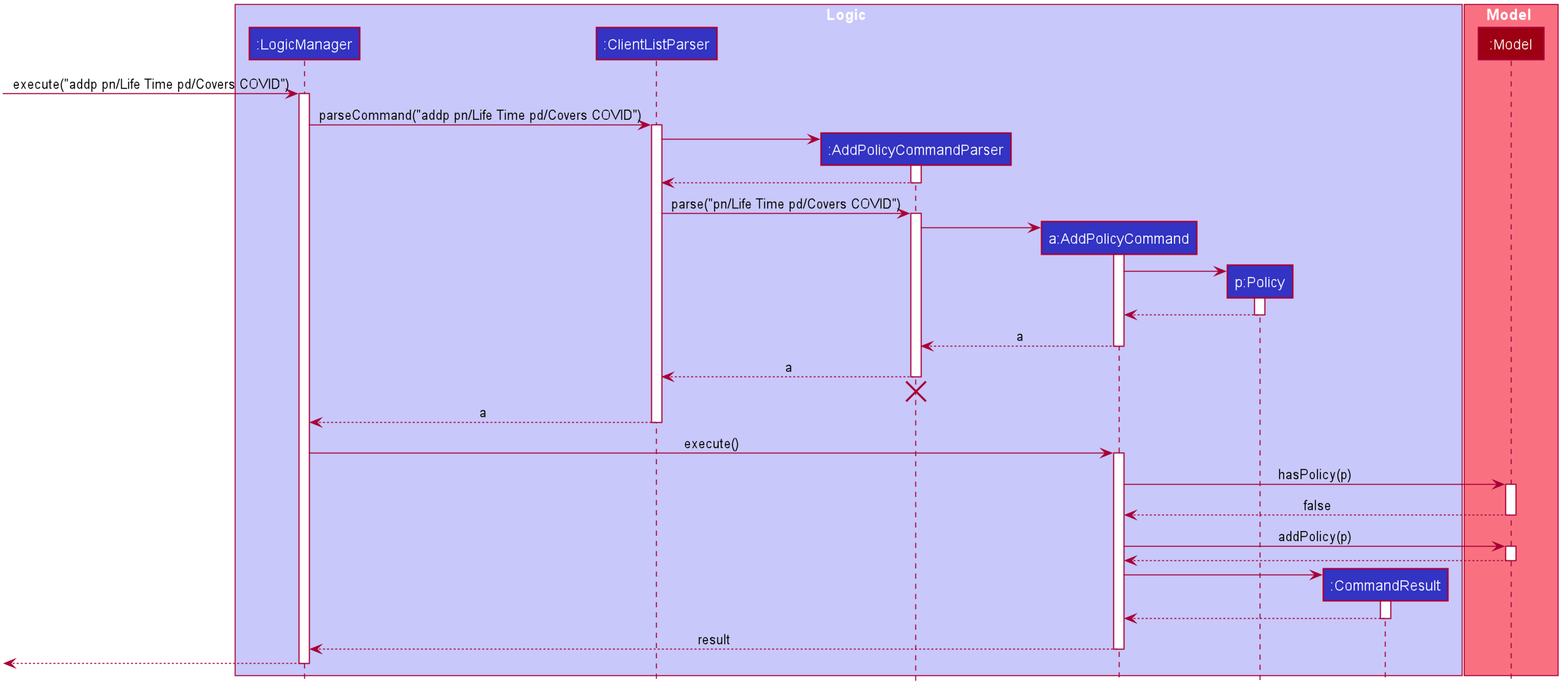
Above: docs/images/AddPolicySequenceDiagram.png in nus-cs2103-AY2021S1/tp (PlantUML), before the change. Its diagram source:
```plantuml
@startuml








skinparam BackgroundColor #FFFFFFF

skinparam Shadowing false

skinparam Class {
    FontColor #FFFFFF
    BorderThickness 1
    BorderColor #FFFFFF
    StereotypeFontColor #FFFFFF
    FontName Arial
}

skinparam Actor {
    BorderColor #000000
    Color #000000
    FontName Arial
}

skinparam Sequence {
    MessageAlign center
    BoxFontSize 15
    BoxPadding 0
    BoxFontColor #FFFFFF
    FontName Arial
}

skinparam Participant {
    FontColor #FFFFFFF
    Padding 20
}

skinparam MinClassWidth 50
skinparam ParticipantPadding 10
skinparam Shadowing false
skinparam DefaultTextAlignment center
skinparam packageStyle Rectangle

hide footbox
hide members
hide circle

box Logic #C8C8FA
participant ":LogicManager" as LogicManager #3333C4
participant ":ClientListParser" as ClientListParser #3333C4
participant ":AddPolicyCommandParser" as AddPolicyCommandParser #3333C4
participant "a:AddPolicyCommand" as AddPolicyCommand #3333C4
participant "p:Policy" as Policy #3333C4
participant ":CommandResult" as CommandResult #3333C4

end box

box Model #F97181
participant ":Model" as Model #9D0012
end box

[-> LogicManager : execute("addp pn/Life Time pd/Covers COVID")
activate LogicManager

LogicManager -> ClientListParser : parseCommand("addp pn/Life Time pd/Covers COVID")
activate ClientListParser

create AddPolicyCommandParser
ClientListParser -> AddPolicyCommandParser
activate AddPolicyCommandParser

AddPolicyCommandParser --> ClientListParser
deactivate AddPolicyCommandParser


ClientListParser -> AddPolicyCommandParser : parse("pn/Life Time pd/Covers COVID")
activate AddPolicyCommandParser

create AddPolicyCommand
AddPolicyCommandParser -> AddPolicyCommand
activate AddPolicyCommand

create Policy
AddPolicyCommand -> Policy
activate Policy

Policy --> AddPolicyCommand
deactivate Policy

AddPolicyCommand --> AddPolicyCommandParser : a
deactivate AddPolicyCommand

AddPolicyCommandParser --> ClientListParser : a
deactivate AddPolicyCommandParser
AddPolicyCommandParser -[hidden]-> ClientListParser
destroy AddPolicyCommandParser

ClientListParser --> LogicManager : a
deactivate ClientListParser

LogicManager -> AddPolicyCommand : execute()
activate AddPolicyCommand

AddPolicyCommand -> Model : hasPolicy(p)
activate Model

Model --> AddPolicyCommand : false
deactivate Model

AddPolicyCommand -> Model : addPolicy(p)
activate Model

Model --> AddPolicyCommand
deactivate Model

create CommandResult
AddPolicyCommand -> CommandResult
activate CommandResult

CommandResult --> AddPolicyCommand
deactivate CommandResult

AddPolicyCommand --> LogicManager : result
deactivate AddPolicyCommand

[<--LogicManager
deactivate LogicManager
@enduml
```
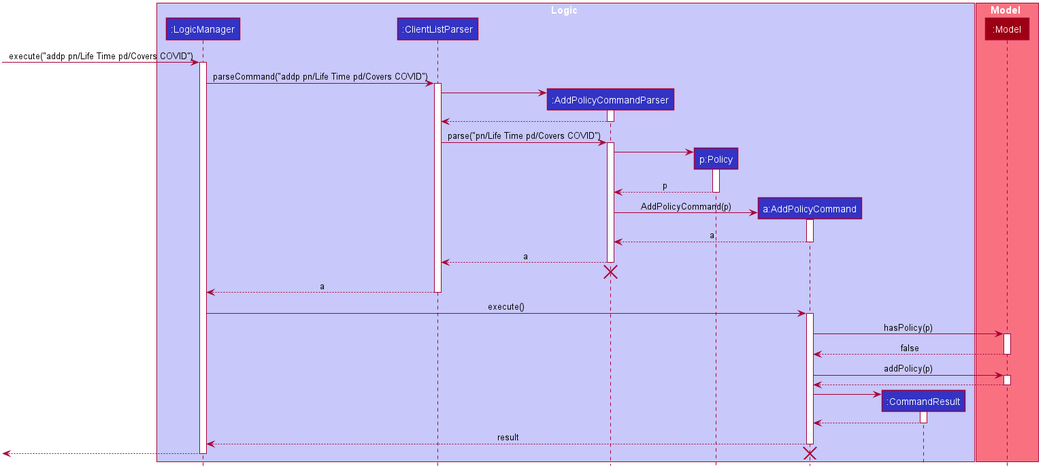
Above is the later version.

Change to the diagram source:
```diff
@@ -52,8 +52,8 @@
 participant ":LogicManager" as LogicManager #3333C4
 participant ":ClientListParser" as ClientListParser #3333C4
 participant ":AddPolicyCommandParser" as AddPolicyCommandParser #3333C4
+participant "p:Policy" as Policy #3333C4
 participant "a:AddPolicyCommand" as AddPolicyCommand #3333C4
-participant "p:Policy" as Policy #3333C4
 participant ":CommandResult" as CommandResult #3333C4
 
 end box
@@ -79,16 +79,16 @@
 ClientListParser -> AddPolicyCommandParser : parse("pn/Life Time pd/Covers COVID")
 activate AddPolicyCommandParser
 
-create AddPolicyCommand
-AddPolicyCommandParser -> AddPolicyCommand
-activate AddPolicyCommand
-
 create Policy
-AddPolicyCommand -> Policy
+AddPolicyCommandParser -> Policy
 activate Policy
 
-Policy --> AddPolicyCommand
+Policy --> AddPolicyCommandParser : p
 deactivate Policy
+
+create AddPolicyCommand
+AddPolicyCommandParser -> AddPolicyCommand : AddPolicyCommand(p)
+activate AddPolicyCommand
 
 AddPolicyCommand --> AddPolicyCommandParser : a
 deactivate AddPolicyCommand
@@ -127,5 +127,6 @@
 deactivate AddPolicyCommand
 
 [<--LogicManager
+destroy AddPolicyCommand
 deactivate LogicManager
 @enduml
```
